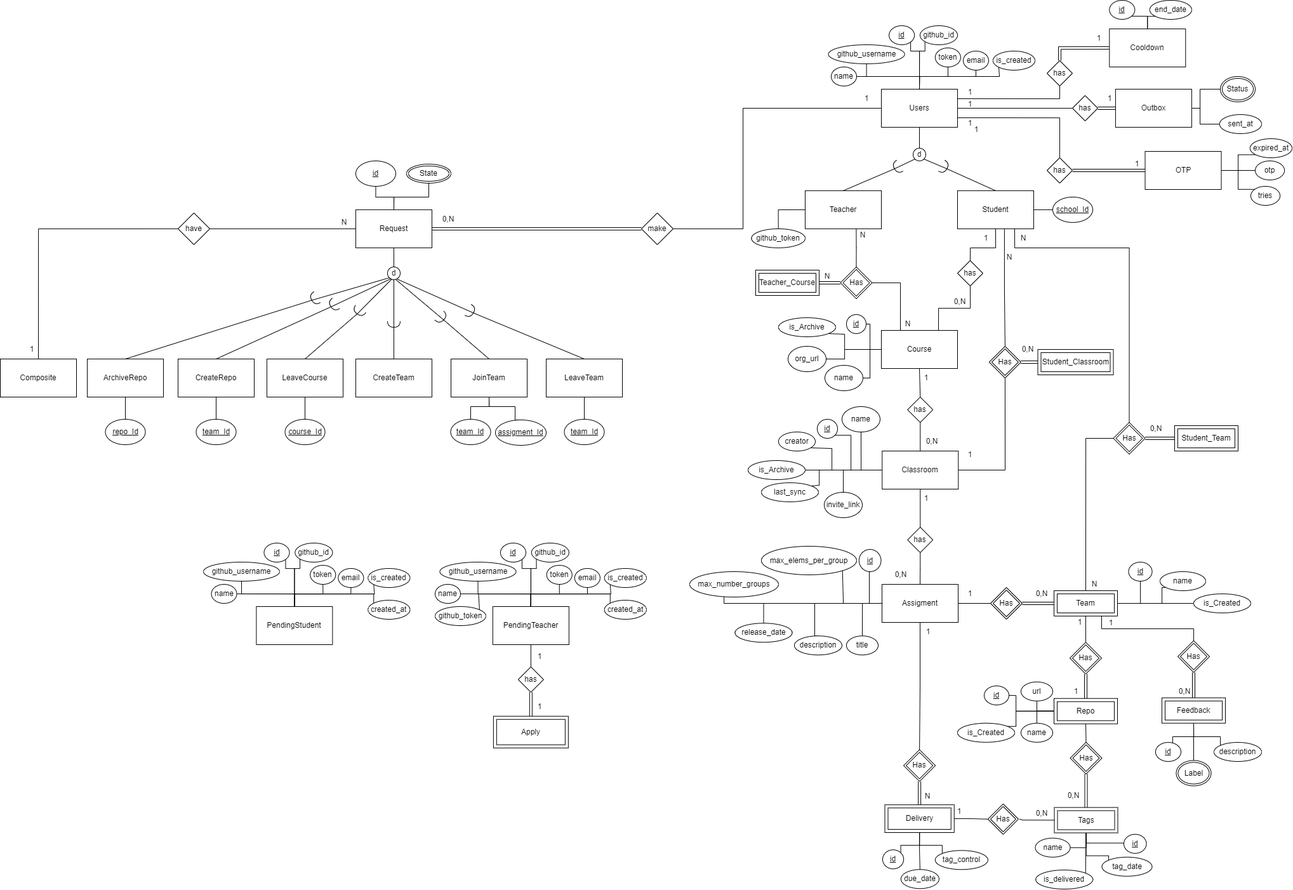
Above: docs/data-model/data-model.png in i-on-project/repohouse (draw.io), before the change. Source tidied: cells renumbered, new cells last; positions are measured from the earlier drawing's top-left corner, leaving out a move shared by most shapes.
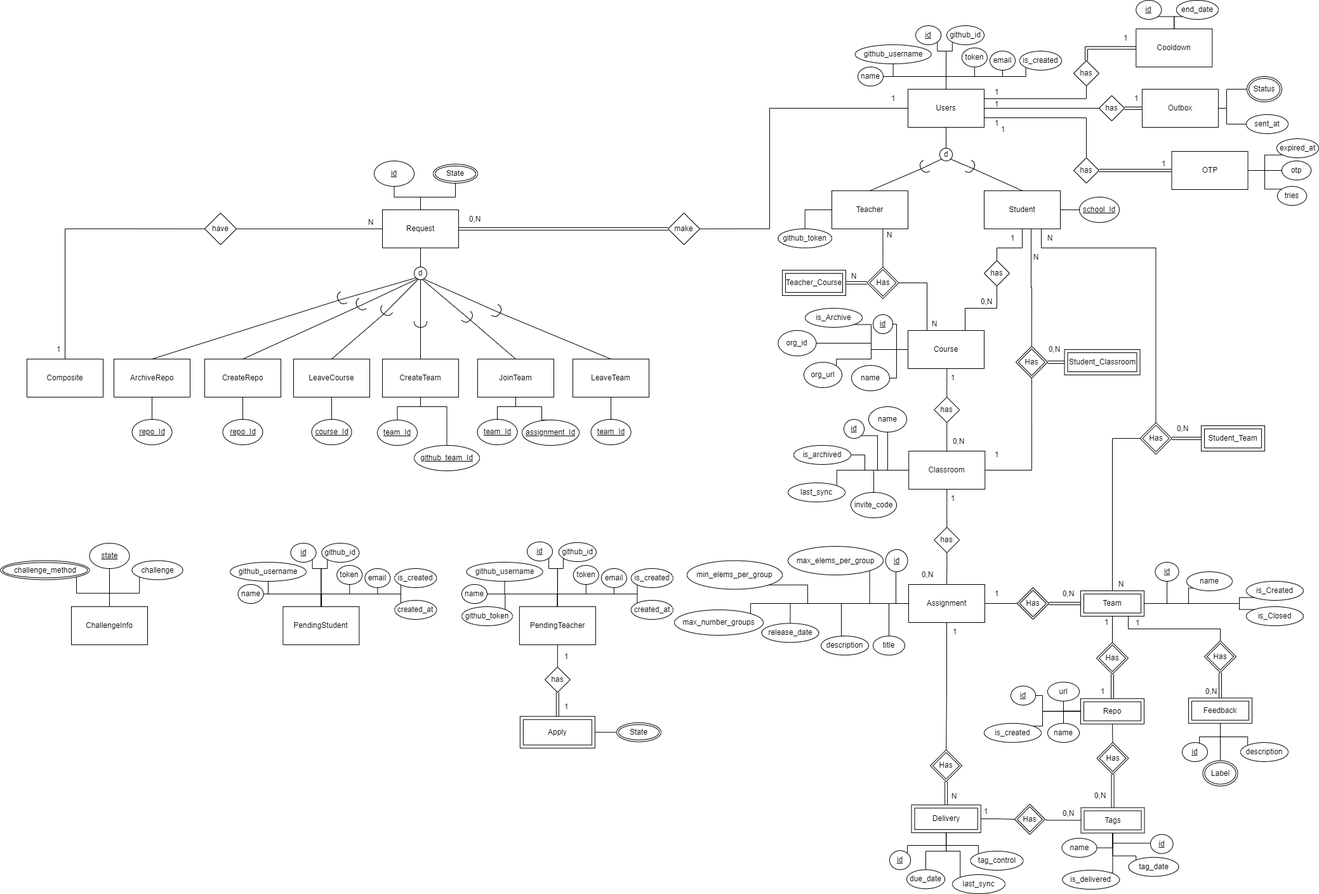
After the change.

What changed in the source:
```diff
@@ -168,3 +168,3 @@
     </mxCell>
-    <mxCell id="44" value="Assigment" style="rounded=0;whiteSpace=wrap;html=1;" parent="1" vertex="1">
+    <mxCell id="44" value="Assignment" style="rounded=0;whiteSpace=wrap;html=1;" parent="1" vertex="1">
       <mxGeometry x="1389" y="920" width="120" height="60" as="geometry" />
@@ -217,3 +217,3 @@
     <mxCell id="57" value="max_number_groups" style="ellipse;whiteSpace=wrap;html=1;fontStyle=0;" parent="1" vertex="1">
-      <mxGeometry x="1086" y="900" width="140" height="40" as="geometry" />
+      <mxGeometry x="1020" y="960" width="140" height="40" as="geometry" />
     </mxCell>
@@ -349,2 +349,10 @@
     </mxCell>
+    <mxCell id="302" style="edgeStyle=orthogonalEdgeStyle;rounded=0;jettySize=auto;html=1;exitX=1;exitY=0.5;exitDx=0;exitDy=0;entryX=0;entryY=0;entryDx=0;entryDy=0;endArrow=none;endFill=0;" parent="1" edge="1" source="90" target="312">
+      <mxGeometry relative="1" as="geometry">
+        <Array as="points">
+          <mxPoint x="1910" y="950" />
+          <mxPoint x="1910" y="959" />
+        </Array>
+      </mxGeometry>
+    </mxCell>
     <mxCell id="90" value="Team" style="shape=ext;margin=3;double=1;whiteSpace=wrap;html=1;align=center;" parent="1" vertex="1">
@@ -355,4 +363,3 @@
         <Array as="points">
-          <mxPoint x="1290" y="764" />
-          <mxPoint x="1290" y="740" />
+          <mxPoint x="1276" y="740" />
         </Array>
@@ -381,3 +388,3 @@
     <mxCell id="97" value="id" style="ellipse;whiteSpace=wrap;html=1;fontStyle=4;" parent="1" vertex="1">
-      <mxGeometry x="560" y="253" width="63" height="40" as="geometry" />
+      <mxGeometry x="547" y="253" width="63" height="40" as="geometry" />
     </mxCell>
@@ -386,4 +393,4 @@
     </mxCell>
-    <mxCell id="99" value="invite_link" style="ellipse;whiteSpace=wrap;html=1;fontStyle=0;" parent="1" vertex="1">
-      <mxGeometry x="1298" y="775" width="60" height="40" as="geometry" />
+    <mxCell id="99" value="invite_code" style="ellipse;whiteSpace=wrap;html=1;fontStyle=0;" parent="1" vertex="1">
+      <mxGeometry x="1298" y="775" width="72" height="40" as="geometry" />
     </mxCell>
@@ -443,2 +450,10 @@
     </mxCell>
+    <mxCell id="303" style="edgeStyle=orthogonalEdgeStyle;rounded=0;jettySize=auto;html=1;exitX=0.5;exitY=1;exitDx=0;exitDy=0;entryX=0;entryY=0;entryDx=0;entryDy=0;endArrow=none;endFill=0;" parent="1" edge="1" source="115" target="316">
+      <mxGeometry relative="1" as="geometry">
+        <Array as="points">
+          <mxPoint x="1448" y="1340" />
+          <mxPoint x="1470" y="1340" />
+        </Array>
+      </mxGeometry>
+    </mxCell>
     <mxCell id="115" value="Delivery" style="shape=ext;margin=3;double=1;whiteSpace=wrap;html=1;align=center;" parent="1" vertex="1">
@@ -483,6 +498,6 @@
     <mxCell id="126" value="tag_control" style="ellipse;whiteSpace=wrap;html=1;fontStyle=0;" parent="1" vertex="1">
-      <mxGeometry x="1472.9" y="1339.2" width="83" height="30" as="geometry" />
+      <mxGeometry x="1486.5" y="1340" width="83" height="30" as="geometry" />
     </mxCell>
     <mxCell id="127" value="id" style="ellipse;whiteSpace=wrap;html=1;fontStyle=4;" parent="1" vertex="1">
-      <mxGeometry x="1390" y="1338.2" width="33.1" height="30" as="geometry" />
+      <mxGeometry x="1359" y="1339.2" width="33.1" height="30" as="geometry" />
     </mxCell>
@@ -492,3 +507,3 @@
     <mxCell id="129" value="due_date" style="ellipse;whiteSpace=wrap;html=1;fontStyle=0;" parent="1" vertex="1">
-      <mxGeometry x="1418.9" y="1369.2" width="60" height="30" as="geometry" />
+      <mxGeometry x="1386" y="1369.2" width="60" height="30" as="geometry" />
     </mxCell>
@@ -500,4 +515,9 @@
     </mxCell>
-    <mxCell id="132" style="edgeStyle=orthogonalEdgeStyle;rounded=0;jettySize=auto;html=1;exitX=0;exitY=0.5;exitDx=0;exitDy=0;entryX=1;entryY=0.5;entryDx=0;entryDy=0;endArrow=none;endFill=0;" parent="1" edge="1" source="184" target="90">
-      <mxGeometry relative="1" as="geometry" />
+    <mxCell id="132" style="edgeStyle=orthogonalEdgeStyle;rounded=0;jettySize=auto;html=1;exitX=0;exitY=1;exitDx=0;exitDy=0;entryX=1;entryY=0.5;entryDx=0;entryDy=0;endArrow=none;endFill=0;" parent="1" edge="1" source="184" target="90">
+      <mxGeometry relative="1" as="geometry">
+        <Array as="points">
+          <mxPoint x="1910" y="941" />
+          <mxPoint x="1910" y="950" />
+        </Array>
+      </mxGeometry>
     </mxCell>
@@ -544,5 +564,7 @@
     </mxCell>
-    <mxCell id="145" style="edgeStyle=orthogonalEdgeStyle;rounded=0;jettySize=auto;html=1;exitX=1;exitY=0.5;exitDx=0;exitDy=0;entryX=0;entryY=0.5;entryDx=0;entryDy=0;endArrow=none;endFill=0;" parent="1" edge="1" source="146" target="33">
+    <mxCell id="145" style="edgeStyle=orthogonalEdgeStyle;rounded=0;jettySize=auto;html=1;exitX=1;exitY=0;exitDx=0;exitDy=0;entryX=0;entryY=0.5;entryDx=0;entryDy=0;endArrow=none;endFill=0;" parent="1" edge="1" source="146" target="33">
       <mxGeometry relative="1" as="geometry">
         <Array as="points">
+          <mxPoint x="1275" y="570" />
+          <mxPoint x="1275" y="565" />
           <mxPoint x="1330" y="565" />
@@ -553,3 +575,3 @@
     <mxCell id="146" value="org_url" style="ellipse;whiteSpace=wrap;html=1;fontStyle=0;" parent="1" vertex="1">
-      <mxGeometry x="1241" y="545" width="60" height="40" as="geometry" />
+      <mxGeometry x="1224" y="570" width="60" height="40" as="geometry" />
     </mxCell>
@@ -564,2 +586,18 @@
     </mxCell>
+    <mxCell id="304" style="edgeStyle=orthogonalEdgeStyle;rounded=0;jettySize=auto;html=1;exitX=0.5;exitY=1;exitDx=0;exitDy=0;entryX=0.5;entryY=0;entryDx=0;entryDy=0;endArrow=none;endFill=0;" parent="1" edge="1" source="150" target="313">
+      <mxGeometry relative="1" as="geometry">
+        <Array as="points">
+          <mxPoint x="620" y="640" />
+          <mxPoint x="584" y="640" />
+        </Array>
+      </mxGeometry>
+    </mxCell>
+    <mxCell id="305" style="edgeStyle=orthogonalEdgeStyle;rounded=0;jettySize=auto;html=1;exitX=0.5;exitY=1;exitDx=0;exitDy=0;entryX=0.5;entryY=0;entryDx=0;entryDy=0;endArrow=none;endFill=0;" parent="1" edge="1" source="150" target="314">
+      <mxGeometry relative="1" as="geometry">
+        <Array as="points">
+          <mxPoint x="620" y="640" />
+          <mxPoint x="662" y="640" />
+        </Array>
+      </mxGeometry>
+    </mxCell>
     <mxCell id="150" value="CreateTeam" style="rounded=0;whiteSpace=wrap;html=1;" parent="1" vertex="1">
@@ -655,6 +693,11 @@
     <mxCell id="180" style="edgeStyle=orthogonalEdgeStyle;rounded=0;jettySize=auto;html=1;exitX=1;exitY=0.5;exitDx=0;exitDy=0;entryX=0;entryY=0.5;entryDx=0;entryDy=0;endArrow=none;endFill=0;" parent="1" edge="1" source="181" target="103">
-      <mxGeometry relative="1" as="geometry" />
+      <mxGeometry relative="1" as="geometry">
+        <Array as="points">
+          <mxPoint x="1320" y="716" />
+          <mxPoint x="1320" y="740" />
+        </Array>
+      </mxGeometry>
     </mxCell>
-    <mxCell id="181" value="is_Archive" style="ellipse;whiteSpace=wrap;html=1;fontStyle=0;" parent="1" vertex="1">
-      <mxGeometry x="1178" y="725" width="90" height="30" as="geometry" />
+    <mxCell id="181" value="is_archived" style="ellipse;whiteSpace=wrap;html=1;fontStyle=0;" parent="1" vertex="1">
+      <mxGeometry x="1208" y="701" width="90" height="30" as="geometry" />
     </mxCell>
@@ -668,3 +711,3 @@
     </mxCell>
-    <mxCell id="183" value="is_Created" style="ellipse;whiteSpace=wrap;html=1;fontStyle=0;" parent="1" vertex="1">
+    <mxCell id="183" value="is_created" style="ellipse;whiteSpace=wrap;html=1;fontStyle=0;" parent="1" vertex="1">
       <mxGeometry x="1508" y="1138.8" width="90" height="30" as="geometry" />
@@ -672,5 +715,5 @@
     <mxCell id="184" value="is_Created" style="ellipse;whiteSpace=wrap;html=1;fontStyle=0;" parent="1" vertex="1">
-      <mxGeometry x="1880" y="935" width="90" height="30" as="geometry" />
+      <mxGeometry x="1920.9" y="915" width="90" height="30" as="geometry" />
     </mxCell>
-    <mxCell id="185" value="team_Id" style="ellipse;whiteSpace=wrap;html=1;fontStyle=4;" parent="1" vertex="1">
+    <mxCell id="185" value="repo_Id" style="ellipse;whiteSpace=wrap;html=1;fontStyle=4;" parent="1" vertex="1">
       <mxGeometry x="308.5" y="660" width="63" height="40" as="geometry" />
@@ -859,13 +902,2 @@
     </mxCell>
-    <mxCell id="235" style="edgeStyle=orthogonalEdgeStyle;rounded=0;jettySize=auto;html=1;exitX=1;exitY=1;exitDx=0;exitDy=0;entryX=0;entryY=0.5;entryDx=0;entryDy=0;endArrow=none;endFill=0;" parent="1" edge="1" source="236" target="103">
-      <mxGeometry relative="1" as="geometry">
-        <Array as="points">
-          <mxPoint x="1310" y="706" />
-          <mxPoint x="1310" y="740" />
-        </Array>
-      </mxGeometry>
-    </mxCell>
-    <mxCell id="236" value="creator" style="ellipse;whiteSpace=wrap;html=1;fontStyle=0;" parent="1" vertex="1">
-      <mxGeometry x="1226" y="680" width="58" height="30" as="geometry" />
-    </mxCell>
     <mxCell id="237" style="edgeStyle=orthogonalEdgeStyle;rounded=0;jettySize=auto;html=1;exitX=0.5;exitY=0;exitDx=0;exitDy=0;entryX=0.67;entryY=1.001;entryDx=0;entryDy=0;entryPerimeter=0;endArrow=none;endFill=0;" parent="1" edge="1" source="239" target="10">
@@ -894,3 +926,3 @@
         <Array as="points">
-          <mxPoint x="1330" y="526" />
+          <mxPoint x="1330" y="511" />
           <mxPoint x="1330" y="550" />
@@ -900,3 +932,3 @@
     <mxCell id="245" value="is_Archive" style="ellipse;whiteSpace=wrap;html=1;fontStyle=0;" parent="1" vertex="1">
-      <mxGeometry x="1226" y="500" width="90" height="30" as="geometry" />
+      <mxGeometry x="1226" y="485" width="90" height="30" as="geometry" />
     </mxCell>
@@ -910,4 +942,4 @@
     </mxCell>
-    <mxCell id="247" value="assigment_Id" style="ellipse;whiteSpace=wrap;html=1;fontStyle=4;" parent="1" vertex="1">
-      <mxGeometry x="780" y="661" width="80" height="40" as="geometry" />
+    <mxCell id="247" value="assignment_Id" style="ellipse;whiteSpace=wrap;html=1;fontStyle=4;" parent="1" vertex="1">
+      <mxGeometry x="780" y="661" width="90" height="40" as="geometry" />
     </mxCell>
@@ -928,3 +960,3 @@
     <mxCell id="251" value="id" style="ellipse;whiteSpace=wrap;html=1;fontStyle=4;" parent="1" vertex="1">
-      <mxGeometry x="788" y="855" width="40" height="30" as="geometry" />
+      <mxGeometry x="788" y="853" width="40" height="30" as="geometry" />
     </mxCell>
@@ -984,3 +1016,3 @@
     <mxCell id="263" value="github_id" style="ellipse;whiteSpace=wrap;html=1;fontStyle=0;" parent="1" vertex="1">
-      <mxGeometry x="836.9" y="855" width="59" height="30" as="geometry" />
+      <mxGeometry x="837.9" y="854" width="59" height="30" as="geometry" />
     </mxCell>
@@ -1136,2 +1168,5 @@
     </mxCell>
+    <mxCell id="306" style="edgeStyle=orthogonalEdgeStyle;rounded=0;jettySize=auto;html=1;exitX=1;exitY=0.5;exitDx=0;exitDy=0;entryX=0;entryY=0.5;entryDx=0;entryDy=0;endArrow=none;endFill=0;" parent="1" edge="1" source="299" target="315">
+      <mxGeometry relative="1" as="geometry" />
+    </mxCell>
     <mxCell id="299" value="Apply" style="shape=ext;margin=3;double=1;whiteSpace=wrap;html=1;align=center;" parent="1" vertex="1">
@@ -1145,2 +1180,60 @@
     </mxCell>
+    <mxCell id="307" value="ChallengeInfo" style="rounded=0;whiteSpace=wrap;html=1;" parent="1" vertex="1">
+      <mxGeometry x="70" y="955" width="120" height="60" as="geometry" />
+    </mxCell>
+    <mxCell id="308" style="edgeStyle=orthogonalEdgeStyle;rounded=0;jettySize=auto;html=1;exitX=1;exitY=0.5;exitDx=0;exitDy=0;entryX=0;entryY=0.5;entryDx=0;entryDy=0;endArrow=none;endFill=0;" parent="1" edge="1" source="309" target="33">
+      <mxGeometry relative="1" as="geometry">
+        <Array as="points">
+          <mxPoint x="1330" y="540" />
+          <mxPoint x="1330" y="550" />
+        </Array>
+      </mxGeometry>
+    </mxCell>
+    <mxCell id="309" value="org_id" style="ellipse;whiteSpace=wrap;html=1;fontStyle=0;" parent="1" vertex="1">
+      <mxGeometry x="1183.4" y="520" width="60" height="40" as="geometry" />
+    </mxCell>
+    <mxCell id="310" style="edgeStyle=orthogonalEdgeStyle;rounded=0;jettySize=auto;html=1;exitX=1;exitY=1;exitDx=0;exitDy=0;entryX=0;entryY=0.5;entryDx=0;entryDy=0;endArrow=none;endFill=0;" parent="1" edge="1" source="311" target="44">
+      <mxGeometry relative="1" as="geometry">
+        <Array as="points">
+          <mxPoint x="1230" y="921" />
+          <mxPoint x="1230" y="950" />
+        </Array>
+      </mxGeometry>
+    </mxCell>
+    <mxCell id="311" value="min_elems_per_group" style="ellipse;whiteSpace=wrap;html=1;fontStyle=0;" parent="1" vertex="1">
+      <mxGeometry x="1040" y="882.5" width="150" height="45" as="geometry" />
+    </mxCell>
+    <mxCell id="312" value="is_Closed" style="ellipse;whiteSpace=wrap;html=1;fontStyle=0;" parent="1" vertex="1">
+      <mxGeometry x="1920.9" y="955" width="90" height="30" as="geometry" />
+    </mxCell>
+    <mxCell id="313" value="team_Id" style="ellipse;whiteSpace=wrap;html=1;fontStyle=4;" parent="1" vertex="1">
+      <mxGeometry x="552" y="661" width="63" height="40" as="geometry" />
+    </mxCell>
+    <mxCell id="314" value="github_team_Id" style="ellipse;whiteSpace=wrap;html=1;fontStyle=4;" parent="1" vertex="1">
+      <mxGeometry x="610" y="701" width="103" height="40" as="geometry" />
+    </mxCell>
+    <mxCell id="315" value="State" style="ellipse;shape=doubleEllipse;margin=3;whiteSpace=wrap;html=1;align=center;" parent="1" vertex="1">
+      <mxGeometry x="929" y="1137.8" width="70" height="30" as="geometry" />
+    </mxCell>
+    <mxCell id="316" value="last_sync" style="ellipse;whiteSpace=wrap;html=1;fontStyle=0;" parent="1" vertex="1">
+      <mxGeometry x="1457.9" y="1377" width="83" height="30" as="geometry" />
+    </mxCell>
+    <mxCell id="317" style="edgeStyle=orthogonalEdgeStyle;rounded=0;jettySize=auto;html=1;exitX=0.5;exitY=1;exitDx=0;exitDy=0;entryX=0.5;entryY=0;entryDx=0;entryDy=0;endArrow=none;endFill=0;" parent="1" edge="1" source="318" target="307">
+      <mxGeometry relative="1" as="geometry" />
+    </mxCell>
+    <mxCell id="318" value="state" style="ellipse;whiteSpace=wrap;html=1;fontStyle=4;" parent="1" vertex="1">
+      <mxGeometry x="98.5" y="855" width="63" height="40" as="geometry" />
+    </mxCell>
+    <mxCell id="319" style="edgeStyle=orthogonalEdgeStyle;rounded=0;jettySize=auto;html=1;exitX=0;exitY=1;exitDx=0;exitDy=0;entryX=0.5;entryY=0;entryDx=0;entryDy=0;endArrow=none;endFill=0;" parent="1" edge="1" source="320" target="307">
+      <mxGeometry relative="1" as="geometry" />
+    </mxCell>
+    <mxCell id="320" value="challenge" style="ellipse;whiteSpace=wrap;html=1;fontStyle=0;" parent="1" vertex="1">
+      <mxGeometry x="165.5" y="882.5" width="80" height="30" as="geometry" />
+    </mxCell>
+    <mxCell id="321" style="edgeStyle=orthogonalEdgeStyle;rounded=0;jettySize=auto;html=1;exitX=1;exitY=1;exitDx=0;exitDy=0;entryX=0.5;entryY=0;entryDx=0;entryDy=0;endArrow=none;endFill=0;" parent="1" edge="1" source="322" target="307">
+      <mxGeometry relative="1" as="geometry" />
+    </mxCell>
+    <mxCell id="322" value="challenge_method" style="ellipse;shape=doubleEllipse;margin=3;whiteSpace=wrap;html=1;align=center;" parent="1" vertex="1">
+      <mxGeometry x="-41.5" y="882.5" width="140" height="30" as="geometry" />
+    </mxCell>
   </root>
```
